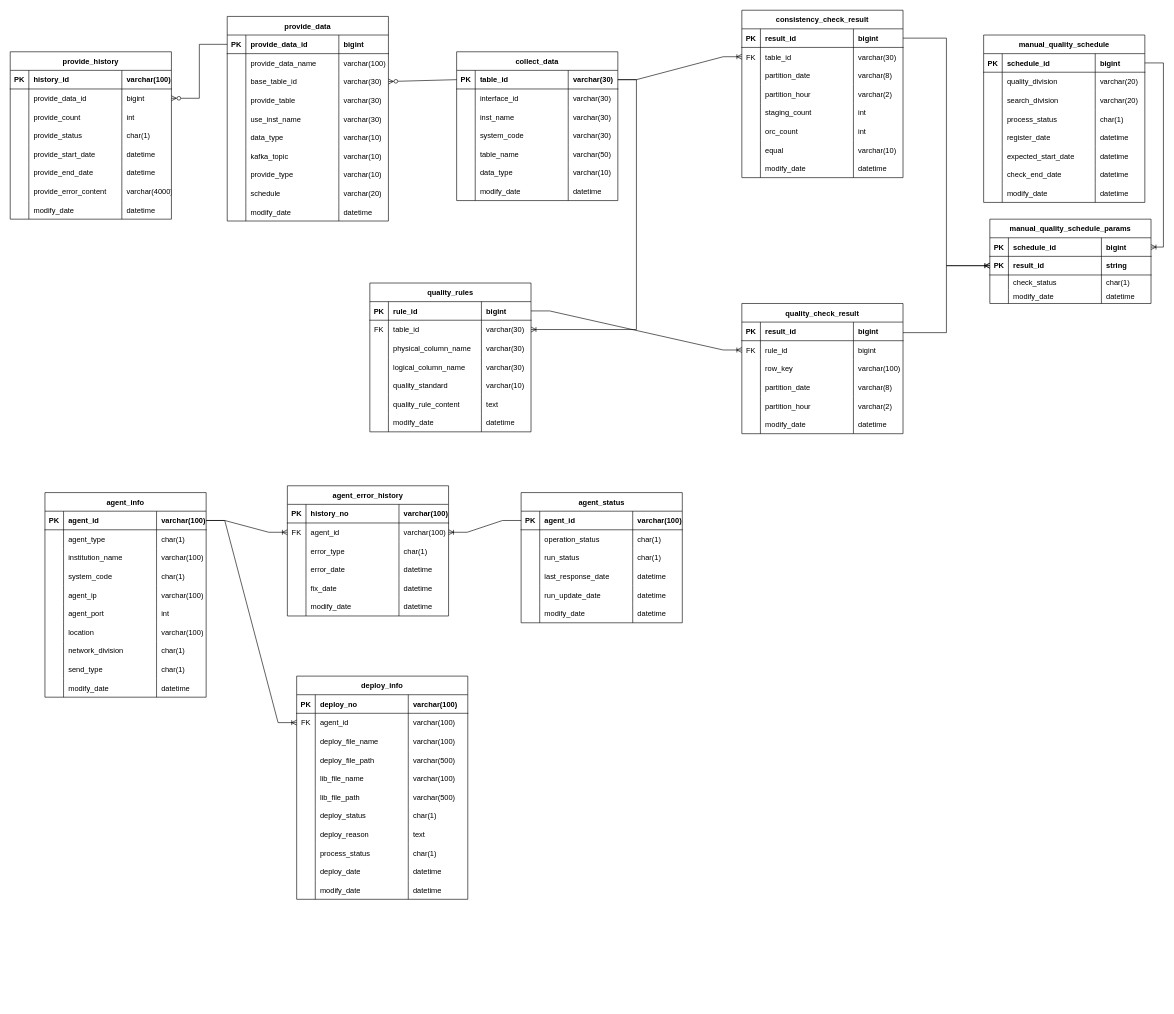
vtw-atm/bigdata-table-diagram keeps this draw.io diagram as 빅데이터 테이블 설계.drawio. Above is the earlier version. Source tidied: cells renumbered, new cells numbered last; positions are measured from the earlier drawing's top-left corner, leaving out a move shared by most shapes. Both pictures are drawn from the tidied source at 62%, with x=0, y=0 at pixel (10, 10).
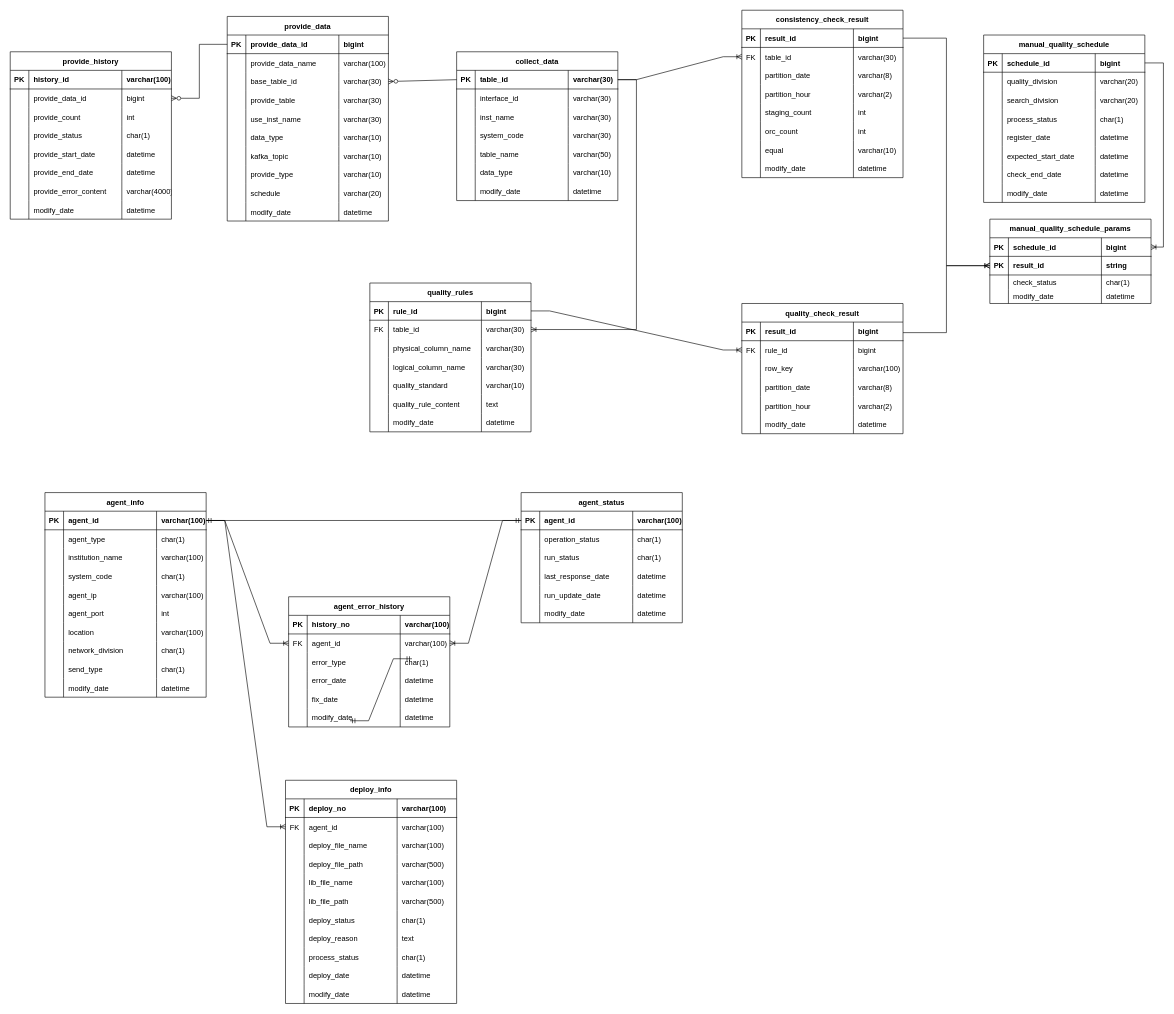
Above is the later version.

Commit message:
에이전트 관리 조인 추가

Unchanged cells that the change refers to:
```xml
<mxCell id="276" style="shape=tableRow;horizontal=0;startSize=0;swimlaneHead=0;swimlaneBody=0;fillColor=none;points=[[0,0.5],[1,0.5]];portConstraint=eastwest;top=0;left=0;right=0;bottom=1;rounded=0;" parent="275" vertex="1">
  <mxGeometry y="30" width="260" height="30" as="geometry" />
</mxCell>
<mxCell id="317" style="shape=tableRow;horizontal=0;startSize=0;swimlaneHead=0;swimlaneBody=0;fillColor=none;points=[[0,0.5],[1,0.5]];portConstraint=eastwest;top=0;left=0;right=0;bottom=1;rounded=0;" parent="316" vertex="1">
  <mxGeometry y="30" width="260" height="30" as="geometry" />
</mxCell>
```

What changed in the source:
```diff
@@
     <mxCell id="250" value="agent_error_history" style="shape=table;startSize=30;childLayout=tableLayout;rowLines=0;fontStyle=1;align=center;rounded=0;" parent="1" vertex="1">
-      <mxGeometry x="447" y="767" width="260" height="210" as="geometry" />
+      <mxGeometry x="449" y="946" width="260" height="210" as="geometry" />
     </mxCell>
@@
     <mxCell id="341" value="deploy_info" style="shape=table;startSize=30;childLayout=tableLayout;rowLines=0;fontStyle=1;align=center;rounded=0;" parent="1" vertex="1">
-      <mxGeometry x="462" y="1074" width="276" height="360" as="geometry" />
+      <mxGeometry x="444" y="1242" width="276" height="360" as="geometry" />
     </mxCell>
@@
+    <mxCell id="389" style="edgeStyle=entityRelationEdgeStyle;fontSize=12;html=1;endArrow=ERmandOne;startArrow=ERmandOne;rounded=0;" parent="1" edge="1">
+      <mxGeometry relative="1" as="geometry">
+        <mxPoint x="548" y="1146" as="sourcePoint" />
+        <mxPoint x="648" y="1046" as="targetPoint" />
+      </mxGeometry>
+    </mxCell>
+    <mxCell id="390" style="edgeStyle=entityRelationEdgeStyle;fontSize=12;html=1;endArrow=ERmandOne;startArrow=ERmandOne;rounded=0;exitX=1;exitY=0.5;exitDx=0;exitDy=0;entryX=0;entryY=0.5;entryDx=0;entryDy=0;" parent="1" edge="1" source="276" target="317">
+      <mxGeometry relative="1" as="geometry" />
+    </mxCell>
```
